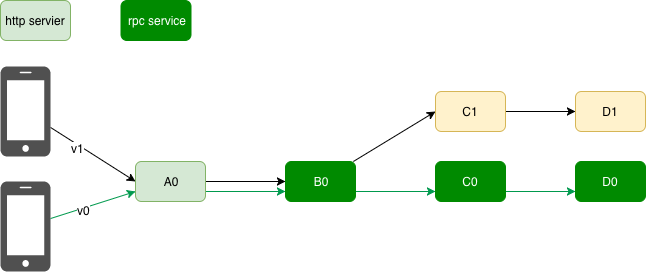
Earlier version of the draw.io export public/upload/architecture/weak_isolation.png (qiankunli/qiankunli.github.io). Source tidied: cells renumbered, new cells last; positions are measured from the earlier drawing's top-left corner, leaving out a move shared by most shapes. The source it was exported from:
```xml
<mxGraphModel>
  <root>
    <mxCell id="0" />
    <mxCell id="1" parent="0" />
    <mxCell id="2" style="edgeStyle=none;rounded=0;html=1;entryX=0;entryY=0.5;jettySize=auto;strokeColor=#000000;" parent="1" edge="1" source="4" target="7">
      <mxGeometry relative="1" as="geometry" />
    </mxCell>
    <mxCell id="3" value="v1" style="text;html=1;align=center;verticalAlign=middle;labelBackgroundColor=#ffffff;" parent="2" vertex="1">
      <mxGeometry x="-0.32" y="-3" relative="1" as="geometry" />
    </mxCell>
    <mxCell id="4" style="shadow=0;dashed=0;html=1;strokeColor=none;fillColor=#505050;labelPosition=center;verticalLabelPosition=bottom;verticalAlign=top;outlineConnect=0;align=center;shape=mxgraph.office.devices.cell_phone_iphone_standalone;" parent="1" vertex="1">
      <mxGeometry y="66" width="50" height="90" as="geometry" />
    </mxCell>
    <mxCell id="5" style="edgeStyle=none;rounded=0;html=1;entryX=0;entryY=0.5;jettySize=auto;" parent="1" edge="1" source="7" target="10">
      <mxGeometry relative="1" as="geometry" />
    </mxCell>
    <mxCell id="6" style="edgeStyle=none;rounded=0;html=1;exitX=1;exitY=0.75;entryX=0;entryY=0.75;jettySize=auto;strokeColor=#00994D;" parent="1" edge="1" source="7" target="10">
      <mxGeometry relative="1" as="geometry" />
    </mxCell>
    <mxCell id="7" value="A0&lt;br&gt;" style="rounded=1;whiteSpace=wrap;html=1;fillColor=#d5e8d4;strokeColor=#82b366;" parent="1" vertex="1">
      <mxGeometry x="135" y="161" width="70" height="40" as="geometry" />
    </mxCell>
    <mxCell id="8" style="edgeStyle=none;rounded=0;html=1;entryX=0;entryY=0.5;jettySize=auto;" parent="1" edge="1" source="10" target="12">
      <mxGeometry relative="1" as="geometry" />
    </mxCell>
    <mxCell id="9" style="edgeStyle=none;rounded=0;html=1;exitX=1;exitY=0.75;entryX=0;entryY=0.75;jettySize=auto;strokeColor=#00994D;" parent="1" edge="1" source="10" target="14">
      <mxGeometry relative="1" as="geometry" />
    </mxCell>
    <mxCell id="10" value="B0" style="rounded=1;whiteSpace=wrap;html=1;fillColor=#008a00;strokeColor=#008a00;fontColor=#ffffff;" parent="1" vertex="1">
      <mxGeometry x="285" y="161" width="70" height="40" as="geometry" />
    </mxCell>
    <mxCell id="11" style="edgeStyle=none;rounded=0;html=1;entryX=0;entryY=0.5;jettySize=auto;exitX=1;exitY=0.5;entryDx=0;entryDy=0;" parent="1" edge="1" source="12" target="21">
      <mxGeometry relative="1" as="geometry" />
    </mxCell>
    <mxCell id="12" value="C1" style="rounded=1;whiteSpace=wrap;html=1;fillColor=#fff2cc;strokeColor=#d6b656;" parent="1" vertex="1">
      <mxGeometry x="435" y="91" width="70" height="40" as="geometry" />
    </mxCell>
    <mxCell id="13" style="edgeStyle=none;rounded=0;html=1;exitX=1;exitY=0.75;entryX=0;entryY=0.75;jettySize=auto;strokeColor=#00994D;" parent="1" edge="1" source="14" target="15">
      <mxGeometry relative="1" as="geometry" />
    </mxCell>
    <mxCell id="14" value="C0" style="rounded=1;whiteSpace=wrap;html=1;fillColor=#008a00;strokeColor=#008a00;fontColor=#ffffff;" parent="1" vertex="1">
      <mxGeometry x="435" y="161" width="70" height="40" as="geometry" />
    </mxCell>
    <mxCell id="15" value="D0" style="rounded=1;whiteSpace=wrap;html=1;fillColor=#008a00;strokeColor=#008a00;fontColor=#ffffff;" parent="1" vertex="1">
      <mxGeometry x="575" y="161" width="70" height="40" as="geometry" />
    </mxCell>
    <mxCell id="16" value="http servier" style="rounded=1;whiteSpace=wrap;html=1;fillColor=#d5e8d4;strokeColor=#82b366;" parent="1" vertex="1">
      <mxGeometry width="70" height="40" as="geometry" />
    </mxCell>
    <mxCell id="17" value="rpc service" style="rounded=1;whiteSpace=wrap;html=1;fillColor=#008a00;strokeColor=#008a00;fontColor=#ffffff;" parent="1" vertex="1">
      <mxGeometry x="120.5" width="70" height="40" as="geometry" />
    </mxCell>
    <mxCell id="18" style="rounded=0;html=1;entryX=0;entryY=0.75;jettySize=auto;strokeColor=#00994D;" parent="1" edge="1" source="20" target="7">
      <mxGeometry relative="1" as="geometry" />
    </mxCell>
    <mxCell id="19" value="v0" style="text;html=1;align=center;verticalAlign=middle;labelBackgroundColor=#ffffff;" parent="18" vertex="1">
      <mxGeometry x="-0.24" y="-2" relative="1" as="geometry" />
    </mxCell>
    <mxCell id="20" style="shadow=0;dashed=0;html=1;strokeColor=none;fillColor=#505050;labelPosition=center;verticalLabelPosition=bottom;verticalAlign=top;outlineConnect=0;align=center;shape=mxgraph.office.devices.cell_phone_iphone_standalone;" parent="1" vertex="1">
      <mxGeometry y="181" width="50" height="90" as="geometry" />
    </mxCell>
    <mxCell id="21" value="D1" style="rounded=1;whiteSpace=wrap;html=1;fillColor=#fff2cc;strokeColor=#d6b656;" parent="1" vertex="1">
      <mxGeometry x="575" y="91" width="70" height="40" as="geometry" />
    </mxCell>
  </root>
</mxGraphModel>
```
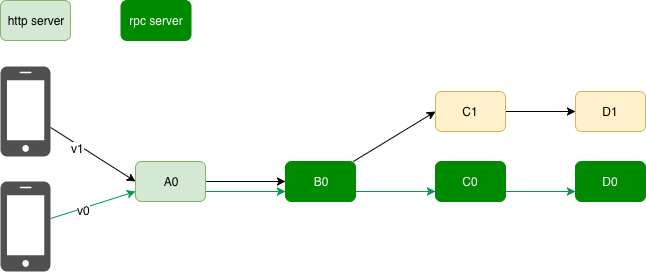
After the change.

Change to the diagram source:
```diff
@@ -44,10 +44,10 @@
     <mxCell id="15" value="D0" style="rounded=1;whiteSpace=wrap;html=1;fillColor=#008a00;strokeColor=#008a00;fontColor=#ffffff;" parent="1" vertex="1">
       <mxGeometry x="575" y="161" width="70" height="40" as="geometry" />
     </mxCell>
-    <mxCell id="16" value="http servier" style="rounded=1;whiteSpace=wrap;html=1;fillColor=#d5e8d4;strokeColor=#82b366;" parent="1" vertex="1">
+    <mxCell id="16" value="http server" style="rounded=1;whiteSpace=wrap;html=1;fillColor=#d5e8d4;strokeColor=#82b366;" parent="1" vertex="1">
       <mxGeometry width="70" height="40" as="geometry" />
     </mxCell>
-    <mxCell id="17" value="rpc service" style="rounded=1;whiteSpace=wrap;html=1;fillColor=#008a00;strokeColor=#008a00;fontColor=#ffffff;" parent="1" vertex="1">
+    <mxCell id="17" value="rpc server" style="rounded=1;whiteSpace=wrap;html=1;fillColor=#008a00;strokeColor=#008a00;fontColor=#ffffff;" parent="1" vertex="1">
       <mxGeometry x="120.5" width="70" height="40" as="geometry" />
     </mxCell>
     <mxCell id="18" style="rounded=0;html=1;entryX=0;entryY=0.75;jettySize=auto;strokeColor=#00994D;" parent="1" edge="1" source="20" target="7">
```
